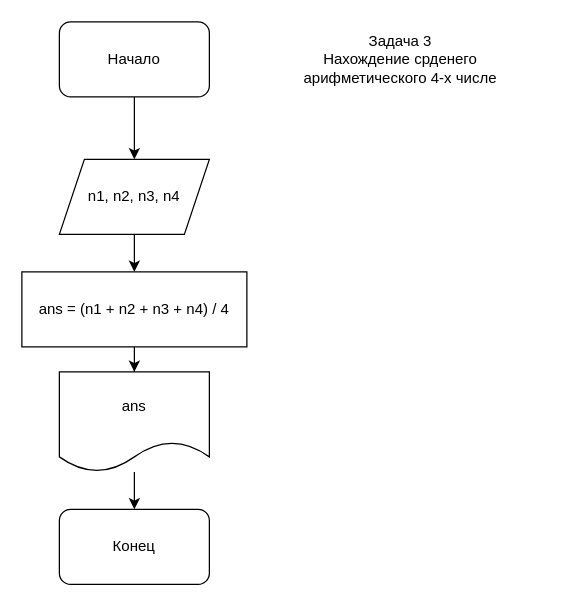
This is programming_intro/sem1_homework/sem1_task3.drawio from alter-mind/GbPyDev, a draw.io file, before an edit. Source tidied: cells renumbered, new cells numbered last; positions are measured from the earlier drawing's top-left corner, leaving out a move shared by most shapes. Both pictures are drawn from the tidied source at 125%, with x=0, y=0 at pixel (21, 21).
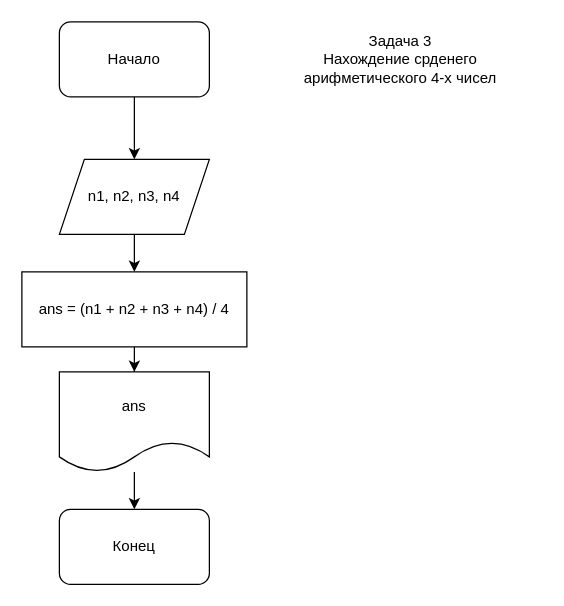
After the change.

Commit message (it also covers changes not shown here):
Код на python к первому семинару по блокхемам + быстрое решение (бонус) + fix (грамматическая ошибка в блок-схеме)

Diff of the diagram source:
```diff
@@
 <mxGraphModel>
   <root>
     <mxCell id="0" />
     <mxCell id="1" parent="0" />
     <mxCell id="2" style="edgeStyle=orthogonalEdgeStyle;rounded=0;jettySize=auto;html=1;" parent="1" edge="1" source="3" target="5">
       <mxGeometry relative="1" as="geometry" />
     </mxCell>
     <mxCell id="3" value="Начало" style="rounded=1;whiteSpace=wrap;html=1;" parent="1" vertex="1">
       <mxGeometry x="30" width="120" height="60" as="geometry" />
     </mxCell>
     <mxCell id="4" style="edgeStyle=orthogonalEdgeStyle;rounded=0;jettySize=auto;html=1;" parent="1" edge="1" source="5" target="7">
       <mxGeometry relative="1" as="geometry" />
     </mxCell>
     <mxCell id="5" value="n1, n2, n3, n4" style="shape=parallelogram;perimeter=parallelogramPerimeter;whiteSpace=wrap;html=1;fixedSize=1;" parent="1" vertex="1">
       <mxGeometry x="30" y="110" width="120" height="60" as="geometry" />
     </mxCell>
     <mxCell id="6" style="edgeStyle=orthogonalEdgeStyle;rounded=0;jettySize=auto;html=1;" parent="1" edge="1" source="7" target="9">
       <mxGeometry relative="1" as="geometry" />
     </mxCell>
     <mxCell id="7" value="ans = (n1 + n2 + n3 + n4) / 4" style="rounded=0;whiteSpace=wrap;html=1;" parent="1" vertex="1">
       <mxGeometry y="200" width="180" height="60" as="geometry" />
     </mxCell>
     <mxCell id="8" style="edgeStyle=orthogonalEdgeStyle;rounded=0;jettySize=auto;html=1;" parent="1" edge="1" source="9" target="10">
       <mxGeometry relative="1" as="geometry" />
     </mxCell>
     <mxCell id="9" value="ans" style="shape=document;whiteSpace=wrap;html=1;boundedLbl=1;" parent="1" vertex="1">
       <mxGeometry x="30" y="280" width="120" height="80" as="geometry" />
     </mxCell>
     <mxCell id="10" value="Конец" style="rounded=1;whiteSpace=wrap;html=1;" parent="1" vertex="1">
       <mxGeometry x="30" y="390" width="120" height="60" as="geometry" />
     </mxCell>
-    <mxCell id="11" value="Задача 3&lt;br&gt;Нахождение срденего арифметического 4-х числе" style="text;html=1;strokeColor=none;fillColor=none;align=center;verticalAlign=middle;whiteSpace=wrap;rounded=0;" parent="1" vertex="1">
+    <mxCell id="11" value="Задача 3&lt;br&gt;Нахождение срденего арифметического 4-х чисел" style="text;html=1;strokeColor=none;fillColor=none;align=center;verticalAlign=middle;whiteSpace=wrap;rounded=0;" parent="1" vertex="1">
       <mxGeometry x="190" y="5" width="226" height="50" as="geometry" />
     </mxCell>
   </root>
 </mxGraphModel>
```
